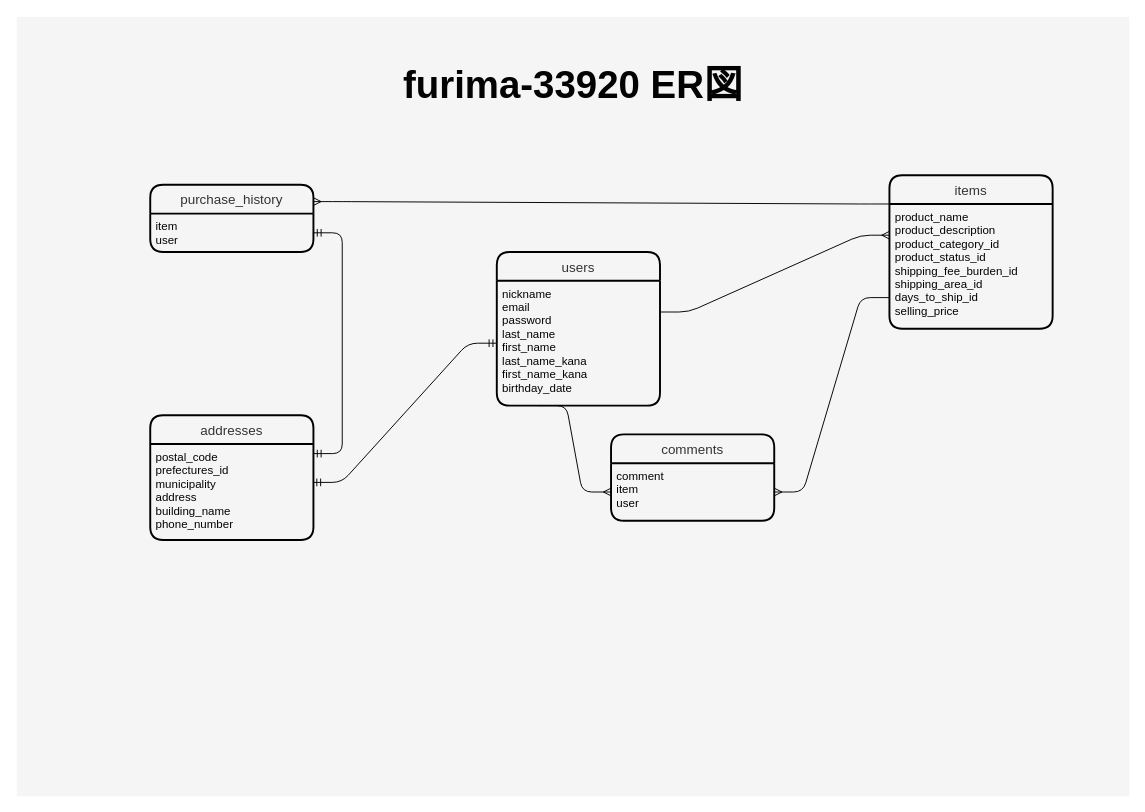
HasuikeTadakatsu/furima-33920 keeps this draw.io diagram as furima-33920.dio. Above is the earlier version. Source tidied: cells renumbered, new cells numbered last; positions are measured from the earlier drawing's top-left corner, leaving out a move shared by most shapes. Both pictures are drawn from the tidied source at 96%, with x=0, y=0 at pixel (16, 16).
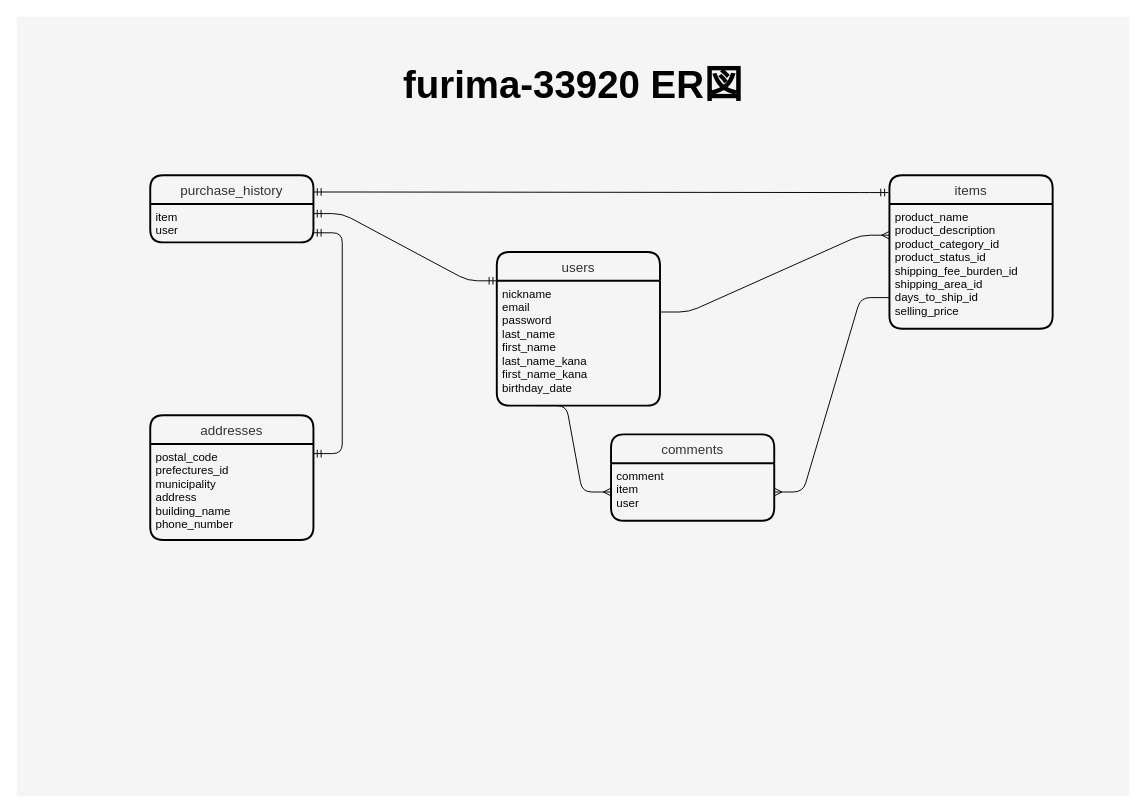
After the change.

Commit message (it also covers changes not shown here):
データベース設計(4回目)

Unchanged cells that the change refers to:
```xml
<mxCell id="3" value="items" style="swimlane;horizontal=1;startSize=30;rounded=1;fontSize=14;fontStyle=0;strokeWidth=2;shadow=0;dashed=0;align=center;labelBackgroundColor=none;fillColor=#f5f5f5;fontColor=#333333;strokeColor=#000000;" parent="1" vertex="1">
  <mxGeometry x="909" y="165" width="170" height="160" as="geometry" />
</mxCell>
<mxCell id="4" value="product_name&#10;product_description&#10;product_category_id&#10;product_status_id&#10;shipping_fee_burden_id&#10;shipping_area_id&#10;days_to_ship_id&#10;selling_price" style="align=left;strokeColor=none;fillColor=none;spacingLeft=4;fontSize=12;verticalAlign=top;fontColor=#030303;" parent="3" vertex="1">
  <mxGeometry y="30" width="170" height="130" as="geometry" />
</mxCell>
<mxCell id="9" value="item&#10;user" style="align=left;strokeColor=none;fillColor=none;spacingLeft=4;fontSize=12;verticalAlign=top;fontColor=#030303;" parent="8" vertex="1">
  <mxGeometry y="30" width="170" height="40" as="geometry" />
</mxCell>
<mxCell id="13" value="nickname&#10;email&#10;password&#10;last_name&#10;first_name&#10;last_name_kana&#10;first_name_kana&#10;birthday_date" style="align=left;strokeColor=none;fillColor=none;spacingLeft=4;fontSize=12;verticalAlign=top;fontColor=#030303;" parent="12" vertex="1">
  <mxGeometry y="30" width="170" height="130" as="geometry" />
</mxCell>
```

What changed in the source:
```diff
@@
     <mxCell id="8" value="purchase_history" style="swimlane;horizontal=1;startSize=30;rounded=1;fontSize=14;fontStyle=0;strokeWidth=2;shadow=0;dashed=0;align=center;labelBackgroundColor=none;fillColor=#f5f5f5;fontColor=#333333;strokeColor=#000000;" parent="1" vertex="1">
-      <mxGeometry x="139" y="175" width="170" height="70" as="geometry" />
+      <mxGeometry x="139" y="165" width="170" height="70" as="geometry" />
     </mxCell>
@@
-    <mxCell id="14" style="edgeStyle=entityRelationEdgeStyle;fontSize=12;html=1;endArrow=ERmandOne;startArrow=ERmandOne;strokeColor=#000000;entryX=0;entryY=0.5;entryDx=0;entryDy=0;" parent="1" edge="1" target="13">
-      <mxGeometry relative="1" as="geometry">
-        <mxPoint x="308.5" y="485" as="sourcePoint" />
-      </mxGeometry>
-    </mxCell>
@@
-    <mxCell id="18" style="edgeStyle=entityRelationEdgeStyle;fontSize=12;html=1;endArrow=ERmany;strokeColor=#000000;entryX=1;entryY=0.25;entryDx=0;entryDy=0;exitX=0;exitY=0;exitDx=0;exitDy=0;" parent="1" edge="1" source="4" target="8">
-      <mxGeometry relative="1" as="geometry" />
-    </mxCell>
-    <mxCell id="19" style="edgeStyle=entityRelationEdgeStyle;fontSize=12;html=1;endArrow=ERmandOne;startArrow=ERmandOne;strokeColor=#000000;entryX=1;entryY=0.5;entryDx=0;entryDy=0;" parent="1" edge="1" target="9">
+    <mxCell id="19" style="edgeStyle=entityRelationEdgeStyle;fontSize=12;html=1;endArrow=ERmandOne;startArrow=ERmandOne;strokeColor=#000000;entryX=1;entryY=0.75;entryDx=0;entryDy=0;" parent="1" edge="1" target="9">
       <mxGeometry relative="1" as="geometry">
         <mxPoint x="309" y="455" as="sourcePoint" />
       </mxGeometry>
     </mxCell>
+    <mxCell id="20" style="edgeStyle=entityRelationEdgeStyle;fontSize=12;html=1;endArrow=ERmandOne;startArrow=ERmandOne;strokeColor=#000000;exitX=1;exitY=0.25;exitDx=0;exitDy=0;entryX=-0.006;entryY=0.113;entryDx=0;entryDy=0;entryPerimeter=0;" parent="1" edge="1" source="8" target="3">
+      <mxGeometry relative="1" as="geometry" />
+    </mxCell>
+    <mxCell id="21" style="edgeStyle=entityRelationEdgeStyle;fontSize=12;html=1;endArrow=ERmandOne;startArrow=ERmandOne;strokeColor=#000000;exitX=0;exitY=0;exitDx=0;exitDy=0;entryX=1;entryY=0.25;entryDx=0;entryDy=0;" parent="1" edge="1" source="13" target="9">
+      <mxGeometry relative="1" as="geometry" />
+    </mxCell>
```
